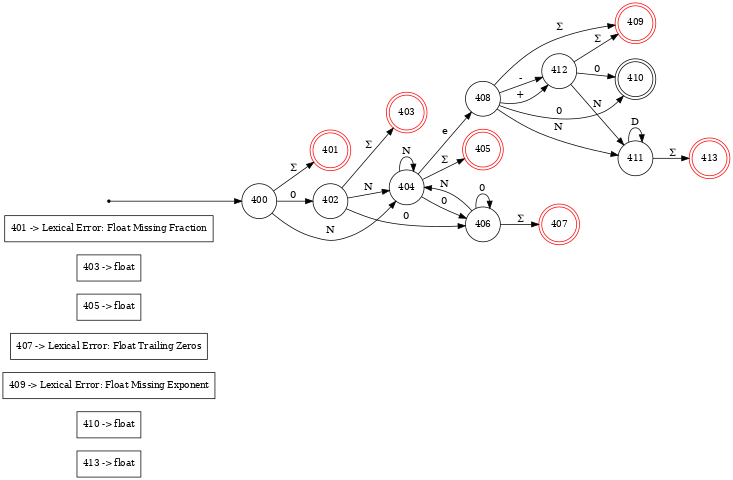
Above: dfa/float.png in pag4k/moon_compiler (Graphviz), before the change. Its source is kept beside it as dfa/float.gv.
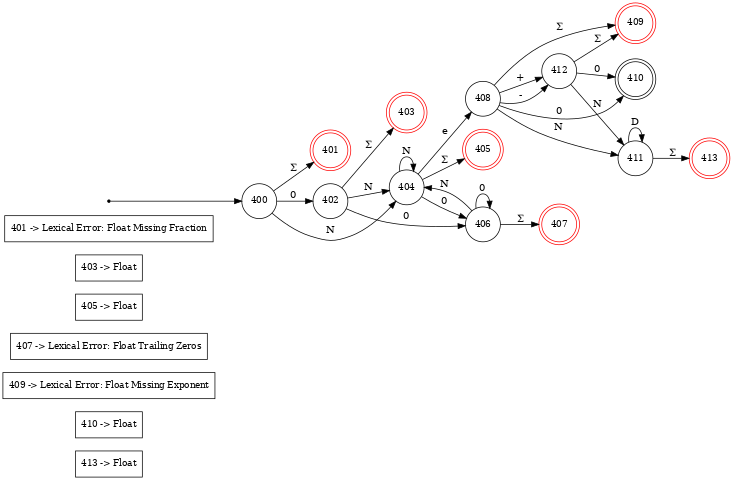
After the commit.

The edit, as a diff of the source:
```diff
@@ -2,12 +2,12 @@
 	rankdir=LR;
 	size="8,5"
 
-	node [shape = rectangle, label="413 -> float", fontsize=12] token413;
-	node [shape = rectangle, label="410 -> float", fontsize=12] token410;
+	node [shape = rectangle, label="413 -> Float", fontsize=12] token413;
+	node [shape = rectangle, label="410 -> Float", fontsize=12] token410;
 	node [shape = rectangle, label="409 -> Lexical Error: Float Missing Exponent", fontsize=12] token409;
 	node [shape = rectangle, label="407 -> Lexical Error: Float Trailing Zeros", fontsize=12] token407;
-	node [shape = rectangle, label="405 -> float", fontsize=12] token405;
-	node [shape = rectangle, label="403 -> float", fontsize=12] token403;
+	node [shape = rectangle, label="405 -> Float", fontsize=12] token405;
+	node [shape = rectangle, label="403 -> Float", fontsize=12] token403;
 	node [shape = rectangle, label="401 -> Lexical Error: Float Missing Fraction", fontsize=12] token401;
 
 	node [shape = circle, label="400", fontsize=12, color=black] 400;
@@ -28,27 +28,27 @@
 	node [shape = point, color=black] q0;
 	q0	->	400;
 
+	408	->	412	[ label = "+" ];
+	408	->	412	[ label = "-" ];
+	411	->	413	[ label = "Σ" ];
 	404	->	404	[ label = "N" ];
+	412	->	410	[ label = "0" ];
+	411	->	411	[ label = "D" ];
+	406	->	406	[ label = "0" ];
+	402	->	403	[ label = "Σ" ];
+	406	->	404	[ label = "N" ];
+	408	->	410	[ label = "0" ];
+	400	->	401	[ label = "Σ" ];
+	402	->	406	[ label = "0" ];
+	404	->	406	[ label = "0" ];
+	400	->	404	[ label = "N" ];
+	404	->	405	[ label = "Σ" ];
+	408	->	409	[ label = "Σ" ];
+	406	->	407	[ label = "Σ" ];
 	412	->	411	[ label = "N" ];
 	408	->	411	[ label = "N" ];
+	404	->	408	[ label = "e" ];
+	412	->	409	[ label = "Σ" ];
 	402	->	404	[ label = "N" ];
 	400	->	402	[ label = "0" ];
-	412	->	409	[ label = "Σ" ];
-	402	->	403	[ label = "Σ" ];
-	400	->	404	[ label = "N" ];
-	400	->	401	[ label = "Σ" ];
-	408	->	410	[ label = "0" ];
-	404	->	405	[ label = "Σ" ];
-	402	->	406	[ label = "0" ];
-	411	->	413	[ label = "Σ" ];
-	406	->	407	[ label = "Σ" ];
-	411	->	411	[ label = "D" ];
-	406	->	404	[ label = "N" ];
-	408	->	412	[ label = "+" ];
-	408	->	409	[ label = "Σ" ];
-	406	->	406	[ label = "0" ];
-	412	->	410	[ label = "0" ];
-	408	->	412	[ label = "-" ];
-	404	->	406	[ label = "0" ];
-	404	->	408	[ label = "e" ];
 }
```
